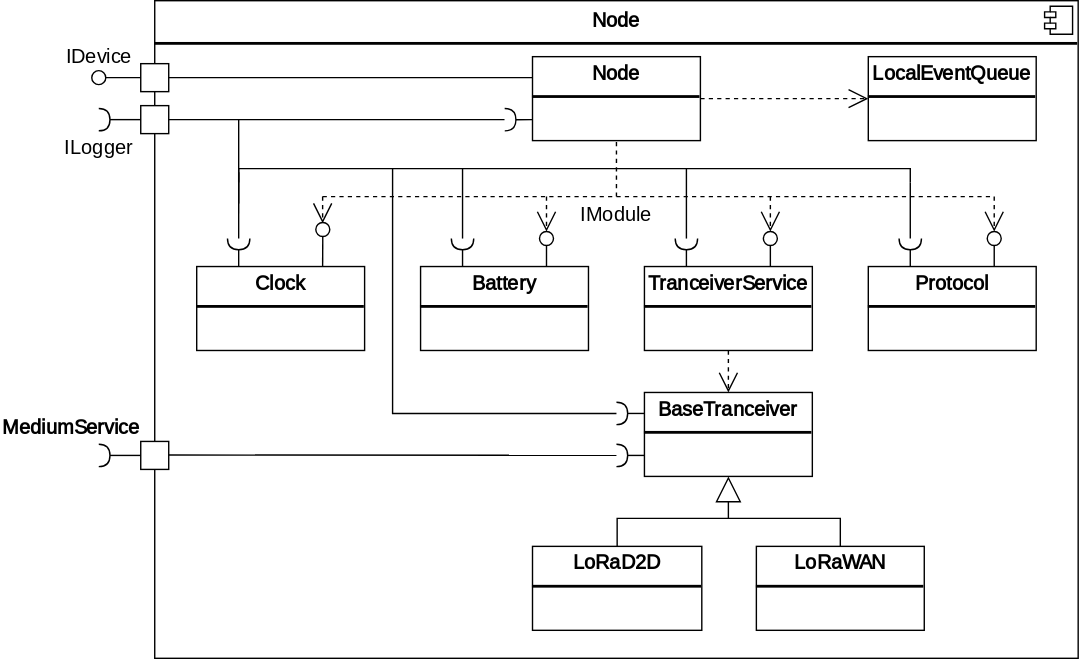
This is Figures/technicalAnalysis/simulator/node/nodeBlock.svg from Mikkelnn/ES8-Project, a draw.io export, as it was before one commit. Source tidied: cells renumbered, new cells last; positions are measured from the earlier drawing's top-left corner, leaving out a move shared by most shapes.
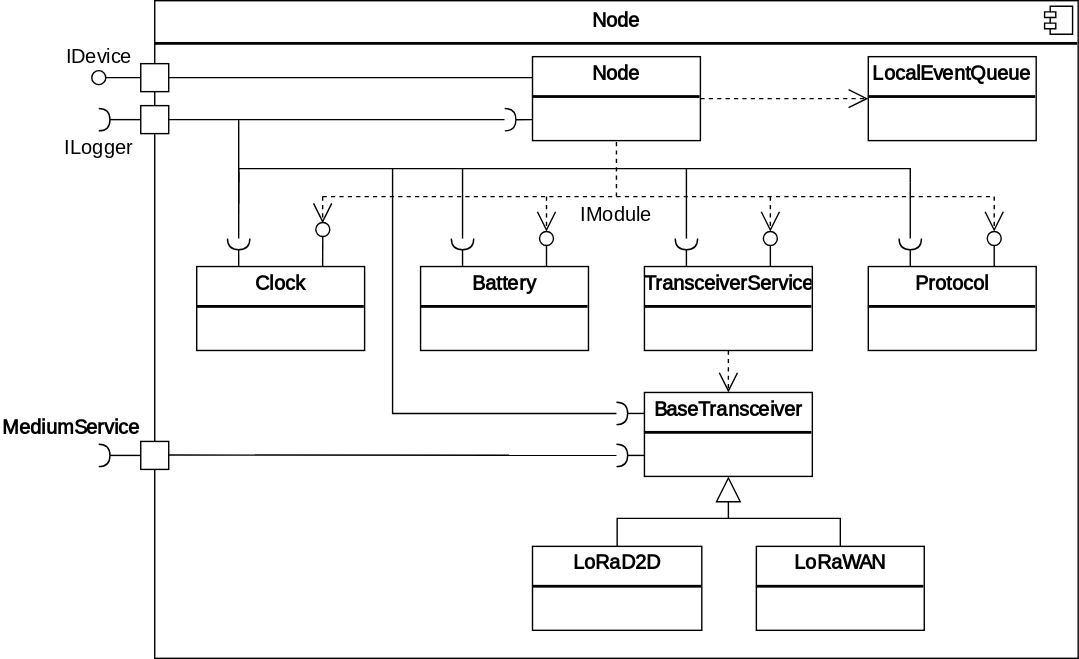
The same file after the commit.

Diff of the diagram source:
```diff
@@ -28,7 +28,7 @@
     <mxCell id="7" value="&lt;p style=&quot;margin:0px;margin-top:4px;text-align:center;&quot;&gt;&lt;b&gt;Battery&lt;/b&gt;&lt;/p&gt;&lt;hr style=&quot;border-style:solid;&quot;&gt;&lt;div style=&quot;height:2px;&quot;&gt;&lt;/div&gt;" style="verticalAlign=top;align=left;overflow=fill;html=1;whiteSpace=wrap;fontFamily=LaTex;fontSource=https%3A%2F%2Fl.messenger.com%2Fl.php%3Fu%3Dhttps%253A%252F%252Fsourceforge.net%252Fprojects%252Fcm-unicode%252F%253Futm_id%253D97758_v0_s00_e0_tv0%2526fbclid%253DIwY2xjawQgySRleHRuA2FlbQIxMQBzcnRjBmFwcF9pZAEwAAEesw3PqB5totuJpd6eh1LaaKkuRE-Z_K1hziWoEV0fncl-qOL8ht-ayZM58K8_aem_JxLrLg0ROYKOzrblPzPiZg%26h%3DAT5WEuZGuo3uQ7rimEBXJ9KMJ0Q8-5wu28H95kAKUt3lUuGrPs6OhiQh5GxBjOpI0-ktUD_Y48bLHLEDVmCMICMOj1nMUkwi7kByh2wd8aliMqJLdBoROrQIvq_gKZaS4SCv7RLN_bpVnWxUsIqR9A;fontSize=14;" parent="1" vertex="1">
       <mxGeometry x="300" y="190" width="120" height="60" as="geometry" />
     </mxCell>
-    <mxCell id="8" value="&lt;p style=&quot;margin:0px;margin-top:4px;text-align:center;&quot;&gt;&lt;b&gt;TranceiverService&lt;/b&gt;&lt;/p&gt;&lt;hr style=&quot;border-style:solid;&quot;&gt;&lt;div style=&quot;height:2px;&quot;&gt;&lt;/div&gt;" style="verticalAlign=top;align=left;overflow=fill;html=1;whiteSpace=wrap;fontFamily=LaTex;fontSource=https%3A%2F%2Fl.messenger.com%2Fl.php%3Fu%3Dhttps%253A%252F%252Fsourceforge.net%252Fprojects%252Fcm-unicode%252F%253Futm_id%253D97758_v0_s00_e0_tv0%2526fbclid%253DIwY2xjawQgySRleHRuA2FlbQIxMQBzcnRjBmFwcF9pZAEwAAEesw3PqB5totuJpd6eh1LaaKkuRE-Z_K1hziWoEV0fncl-qOL8ht-ayZM58K8_aem_JxLrLg0ROYKOzrblPzPiZg%26h%3DAT5WEuZGuo3uQ7rimEBXJ9KMJ0Q8-5wu28H95kAKUt3lUuGrPs6OhiQh5GxBjOpI0-ktUD_Y48bLHLEDVmCMICMOj1nMUkwi7kByh2wd8aliMqJLdBoROrQIvq_gKZaS4SCv7RLN_bpVnWxUsIqR9A;fontSize=14;" parent="1" vertex="1">
+    <mxCell id="8" value="&lt;p style=&quot;margin:0px;margin-top:4px;text-align:center;&quot;&gt;&lt;b&gt;TransceiverService&lt;/b&gt;&lt;/p&gt;&lt;hr style=&quot;border-style:solid;&quot;&gt;&lt;div style=&quot;height:2px;&quot;&gt;&lt;/div&gt;" style="verticalAlign=top;align=left;overflow=fill;html=1;whiteSpace=wrap;fontFamily=LaTex;fontSource=https%3A%2F%2Fl.messenger.com%2Fl.php%3Fu%3Dhttps%253A%252F%252Fsourceforge.net%252Fprojects%252Fcm-unicode%252F%253Futm_id%253D97758_v0_s00_e0_tv0%2526fbclid%253DIwY2xjawQgySRleHRuA2FlbQIxMQBzcnRjBmFwcF9pZAEwAAEesw3PqB5totuJpd6eh1LaaKkuRE-Z_K1hziWoEV0fncl-qOL8ht-ayZM58K8_aem_JxLrLg0ROYKOzrblPzPiZg%26h%3DAT5WEuZGuo3uQ7rimEBXJ9KMJ0Q8-5wu28H95kAKUt3lUuGrPs6OhiQh5GxBjOpI0-ktUD_Y48bLHLEDVmCMICMOj1nMUkwi7kByh2wd8aliMqJLdBoROrQIvq_gKZaS4SCv7RLN_bpVnWxUsIqR9A;fontSize=14;" parent="1" vertex="1">
       <mxGeometry x="460" y="190" width="120" height="60" as="geometry" />
     </mxCell>
     <mxCell id="9" value="&lt;p style=&quot;margin:0px;margin-top:4px;text-align:center;&quot;&gt;&lt;b&gt;Protocol&lt;/b&gt;&lt;/p&gt;&lt;hr style=&quot;border-style:solid;&quot;&gt;&lt;div style=&quot;height:2px;&quot;&gt;&lt;/div&gt;" style="verticalAlign=top;align=left;overflow=fill;html=1;whiteSpace=wrap;fontFamily=LaTex;fontSource=https%3A%2F%2Fl.messenger.com%2Fl.php%3Fu%3Dhttps%253A%252F%252Fsourceforge.net%252Fprojects%252Fcm-unicode%252F%253Futm_id%253D97758_v0_s00_e0_tv0%2526fbclid%253DIwY2xjawQgySRleHRuA2FlbQIxMQBzcnRjBmFwcF9pZAEwAAEesw3PqB5totuJpd6eh1LaaKkuRE-Z_K1hziWoEV0fncl-qOL8ht-ayZM58K8_aem_JxLrLg0ROYKOzrblPzPiZg%26h%3DAT5WEuZGuo3uQ7rimEBXJ9KMJ0Q8-5wu28H95kAKUt3lUuGrPs6OhiQh5GxBjOpI0-ktUD_Y48bLHLEDVmCMICMOj1nMUkwi7kByh2wd8aliMqJLdBoROrQIvq_gKZaS4SCv7RLN_bpVnWxUsIqR9A;fontSize=14;" parent="1" vertex="1">
@@ -46,7 +46,7 @@
     <mxCell id="13" value="IModule" style="text;html=1;whiteSpace=wrap;strokeColor=none;fillColor=none;align=center;verticalAlign=middle;rounded=0;fontStyle=0;fontFamily=LaTex;fontSource=https%3A%2F%2Fl.messenger.com%2Fl.php%3Fu%3Dhttps%253A%252F%252Fsourceforge.net%252Fprojects%252Fcm-unicode%252F%253Futm_id%253D97758_v0_s00_e0_tv0%2526fbclid%253DIwY2xjawQgySRleHRuA2FlbQIxMQBzcnRjBmFwcF9pZAEwAAEesw3PqB5totuJpd6eh1LaaKkuRE-Z_K1hziWoEV0fncl-qOL8ht-ayZM58K8_aem_JxLrLg0ROYKOzrblPzPiZg%26h%3DAT5WEuZGuo3uQ7rimEBXJ9KMJ0Q8-5wu28H95kAKUt3lUuGrPs6OhiQh5GxBjOpI0-ktUD_Y48bLHLEDVmCMICMOj1nMUkwi7kByh2wd8aliMqJLdBoROrQIvq_gKZaS4SCv7RLN_bpVnWxUsIqR9A;fontSize=14;" parent="1" vertex="1">
       <mxGeometry x="410" y="140" width="60" height="25" as="geometry" />
     </mxCell>
-    <mxCell id="14" value="&lt;p style=&quot;margin:0px;margin-top:4px;text-align:center;&quot;&gt;&lt;b&gt;BaseTranceiver&lt;/b&gt;&lt;/p&gt;&lt;hr style=&quot;border-style:solid;&quot;&gt;&lt;div style=&quot;height:2px;&quot;&gt;&lt;/div&gt;" style="verticalAlign=top;align=left;overflow=fill;html=1;whiteSpace=wrap;fontFamily=LaTex;fontSource=https%3A%2F%2Fl.messenger.com%2Fl.php%3Fu%3Dhttps%253A%252F%252Fsourceforge.net%252Fprojects%252Fcm-unicode%252F%253Futm_id%253D97758_v0_s00_e0_tv0%2526fbclid%253DIwY2xjawQgySRleHRuA2FlbQIxMQBzcnRjBmFwcF9pZAEwAAEesw3PqB5totuJpd6eh1LaaKkuRE-Z_K1hziWoEV0fncl-qOL8ht-ayZM58K8_aem_JxLrLg0ROYKOzrblPzPiZg%26h%3DAT5WEuZGuo3uQ7rimEBXJ9KMJ0Q8-5wu28H95kAKUt3lUuGrPs6OhiQh5GxBjOpI0-ktUD_Y48bLHLEDVmCMICMOj1nMUkwi7kByh2wd8aliMqJLdBoROrQIvq_gKZaS4SCv7RLN_bpVnWxUsIqR9A;fontSize=14;" parent="1" vertex="1">
+    <mxCell id="14" value="&lt;p style=&quot;margin:0px;margin-top:4px;text-align:center;&quot;&gt;&lt;b&gt;BaseTransceiver&lt;/b&gt;&lt;/p&gt;&lt;hr style=&quot;border-style:solid;&quot;&gt;&lt;div style=&quot;height:2px;&quot;&gt;&lt;/div&gt;" style="verticalAlign=top;align=left;overflow=fill;html=1;whiteSpace=wrap;fontFamily=LaTex;fontSource=https%3A%2F%2Fl.messenger.com%2Fl.php%3Fu%3Dhttps%253A%252F%252Fsourceforge.net%252Fprojects%252Fcm-unicode%252F%253Futm_id%253D97758_v0_s00_e0_tv0%2526fbclid%253DIwY2xjawQgySRleHRuA2FlbQIxMQBzcnRjBmFwcF9pZAEwAAEesw3PqB5totuJpd6eh1LaaKkuRE-Z_K1hziWoEV0fncl-qOL8ht-ayZM58K8_aem_JxLrLg0ROYKOzrblPzPiZg%26h%3DAT5WEuZGuo3uQ7rimEBXJ9KMJ0Q8-5wu28H95kAKUt3lUuGrPs6OhiQh5GxBjOpI0-ktUD_Y48bLHLEDVmCMICMOj1nMUkwi7kByh2wd8aliMqJLdBoROrQIvq_gKZaS4SCv7RLN_bpVnWxUsIqR9A;fontSize=14;" parent="1" vertex="1">
       <mxGeometry x="460" y="280" width="120" height="60" as="geometry" />
     </mxCell>
     <mxCell id="15" style="endArrow=open;endSize=12;dashed=1;html=1;rounded=0;exitX=0.5;exitY=1;exitDx=0;exitDy=0;entryX=0.5;entryY=0;entryDx=0;entryDy=0;fontFamily=LaTex;fontSource=https%3A%2F%2Fl.messenger.com%2Fl.php%3Fu%3Dhttps%253A%252F%252Fsourceforge.net%252Fprojects%252Fcm-unicode%252F%253Futm_id%253D97758_v0_s00_e0_tv0%2526fbclid%253DIwY2xjawQgySRleHRuA2FlbQIxMQBzcnRjBmFwcF9pZAEwAAEesw3PqB5totuJpd6eh1LaaKkuRE-Z_K1hziWoEV0fncl-qOL8ht-ayZM58K8_aem_JxLrLg0ROYKOzrblPzPiZg%26h%3DAT5WEuZGuo3uQ7rimEBXJ9KMJ0Q8-5wu28H95kAKUt3lUuGrPs6OhiQh5GxBjOpI0-ktUD_Y48bLHLEDVmCMICMOj1nMUkwi7kByh2wd8aliMqJLdBoROrQIvq_gKZaS4SCv7RLN_bpVnWxUsIqR9A;fontSize=14;" parent="1" edge="1" source="8" target="14">
```
